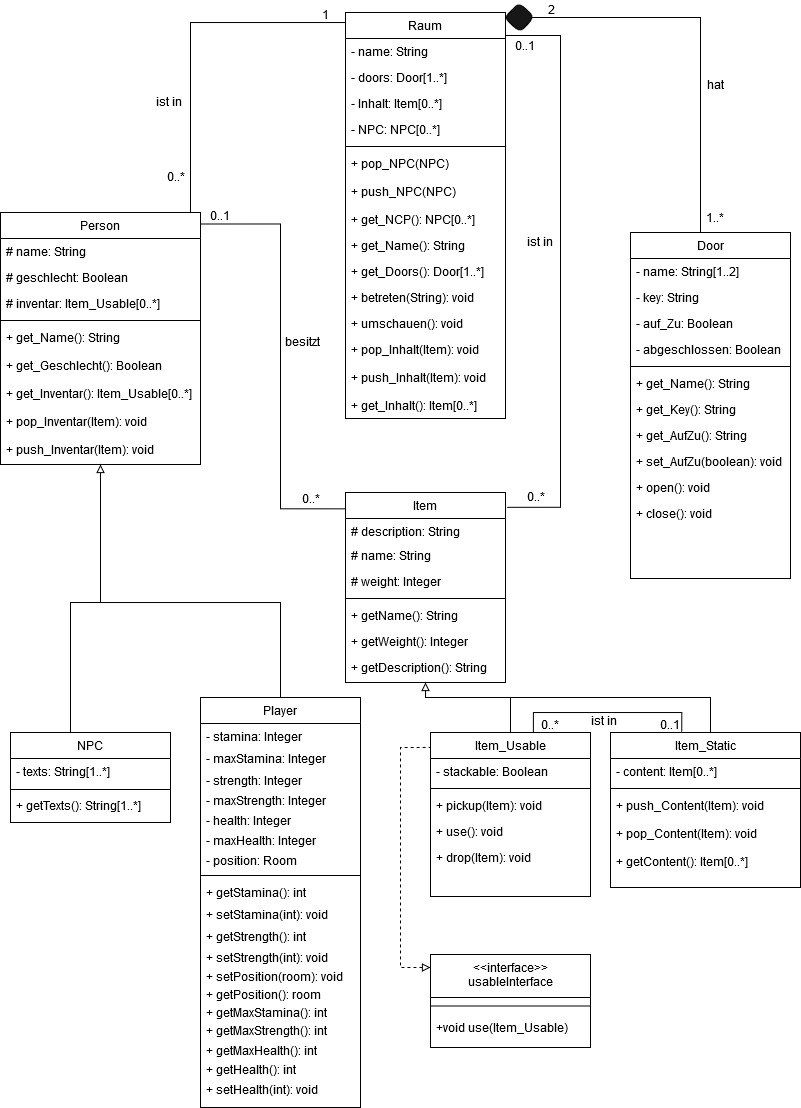
The draw.io diagram Klassendiagram.png in Elegond/AE-Text-Adventure, before a commit. Source tidied: cells renumbered, new cells last; positions are measured from the earlier drawing's top-left corner, leaving out a move shared by most shapes.
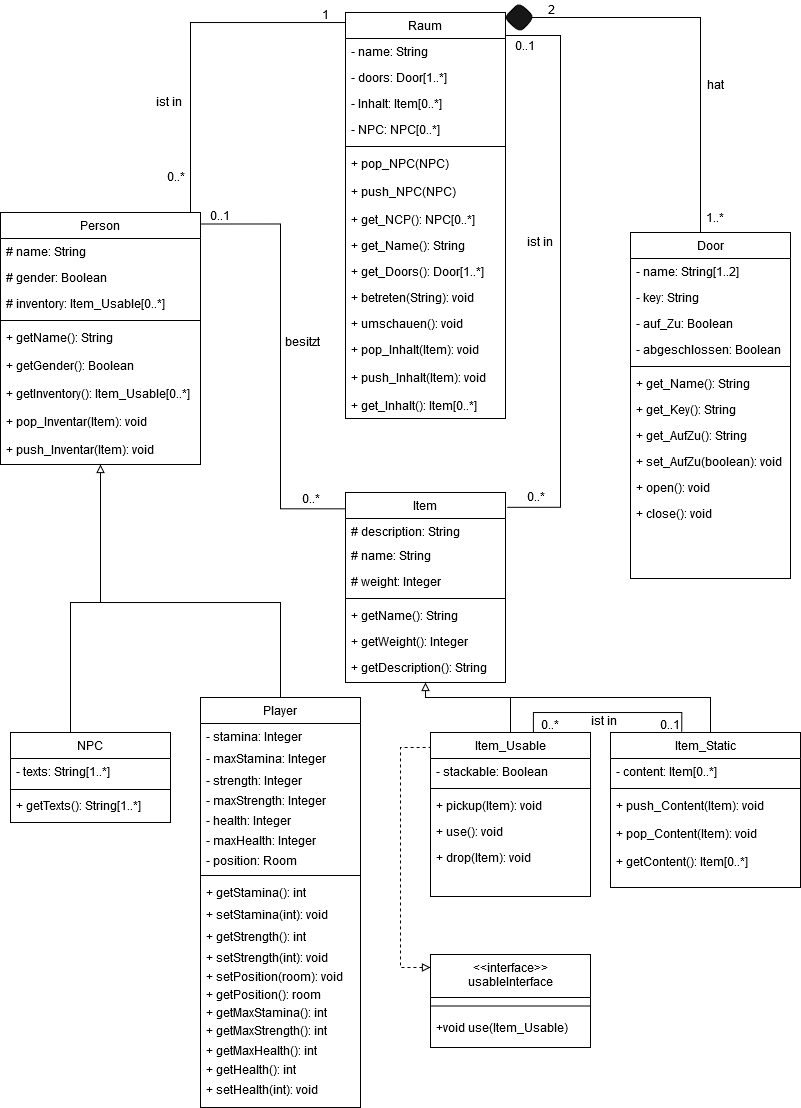
After the change.

What changed in the source:
```diff
@@ -16,22 +16,22 @@
     <mxCell id="4" value="# name: String" style="text;align=left;verticalAlign=top;spacingLeft=4;spacingRight=4;overflow=hidden;" parent="3" vertex="1">
       <mxGeometry y="26" width="200" height="26" as="geometry" />
     </mxCell>
-    <mxCell id="5" value="# geschlecht: Boolean" style="text;align=left;verticalAlign=top;spacingLeft=4;spacingRight=4;overflow=hidden;rounded=0;shadow=0;html=0;" parent="3" vertex="1">
+    <mxCell id="5" value="# gender: Boolean" style="text;align=left;verticalAlign=top;spacingLeft=4;spacingRight=4;overflow=hidden;rounded=0;shadow=0;html=0;" parent="3" vertex="1">
       <mxGeometry y="52" width="200" height="26" as="geometry" />
     </mxCell>
-    <mxCell id="6" value="# inventar: Item_Usable[0..*]" style="text;align=left;verticalAlign=top;spacingLeft=4;spacingRight=4;overflow=hidden;rounded=0;shadow=0;html=0;" parent="3" vertex="1">
+    <mxCell id="6" value="# inventory: Item_Usable[0..*]" style="text;align=left;verticalAlign=top;spacingLeft=4;spacingRight=4;overflow=hidden;rounded=0;shadow=0;html=0;" parent="3" vertex="1">
       <mxGeometry y="78" width="200" height="26" as="geometry" />
     </mxCell>
     <mxCell id="7" style="line;html=1;strokeWidth=1;align=left;verticalAlign=middle;spacingTop=-1;spacingLeft=3;spacingRight=3;labelPosition=right;" parent="3" vertex="1">
       <mxGeometry y="104" width="200" height="8" as="geometry" />
     </mxCell>
-    <mxCell id="8" value="+ get_Name(): String" style="text;align=left;verticalAlign=top;spacingLeft=4;spacingRight=4;overflow=hidden;" parent="3" vertex="1">
+    <mxCell id="8" value="+ getName(): String" style="text;align=left;verticalAlign=top;spacingLeft=4;spacingRight=4;overflow=hidden;" parent="3" vertex="1">
       <mxGeometry y="112" width="200" height="28" as="geometry" />
     </mxCell>
-    <mxCell id="9" value="+ get_Geschlecht(): Boolean" style="text;align=left;verticalAlign=top;spacingLeft=4;spacingRight=4;overflow=hidden;" parent="3" vertex="1">
+    <mxCell id="9" value="+ getGender(): Boolean" style="text;align=left;verticalAlign=top;spacingLeft=4;spacingRight=4;overflow=hidden;" parent="3" vertex="1">
       <mxGeometry y="140" width="200" height="28" as="geometry" />
     </mxCell>
-    <mxCell id="10" value="+ get_Inventar(): Item_Usable[0..*]" style="text;align=left;verticalAlign=top;spacingLeft=4;spacingRight=4;overflow=hidden;" parent="3" vertex="1">
+    <mxCell id="10" value="+ getInventory(): Item_Usable[0..*]" style="text;align=left;verticalAlign=top;spacingLeft=4;spacingRight=4;overflow=hidden;" parent="3" vertex="1">
       <mxGeometry y="168" width="200" height="28" as="geometry" />
     </mxCell>
     <mxCell id="11" value="+ pop_Inventar(Item): void" style="text;align=left;verticalAlign=top;spacingLeft=4;spacingRight=4;overflow=hidden;" parent="3" vertex="1">
```
